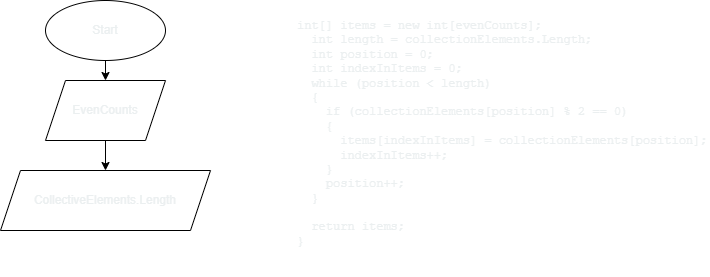
This is Homework/hometask003/.drawio.png from Ane4kaErm/Homework, a draw.io export, as it was before one commit. Source tidied: cells renumbered, new cells last; positions are measured from the earlier drawing's top-left corner, leaving out a move shared by most shapes.
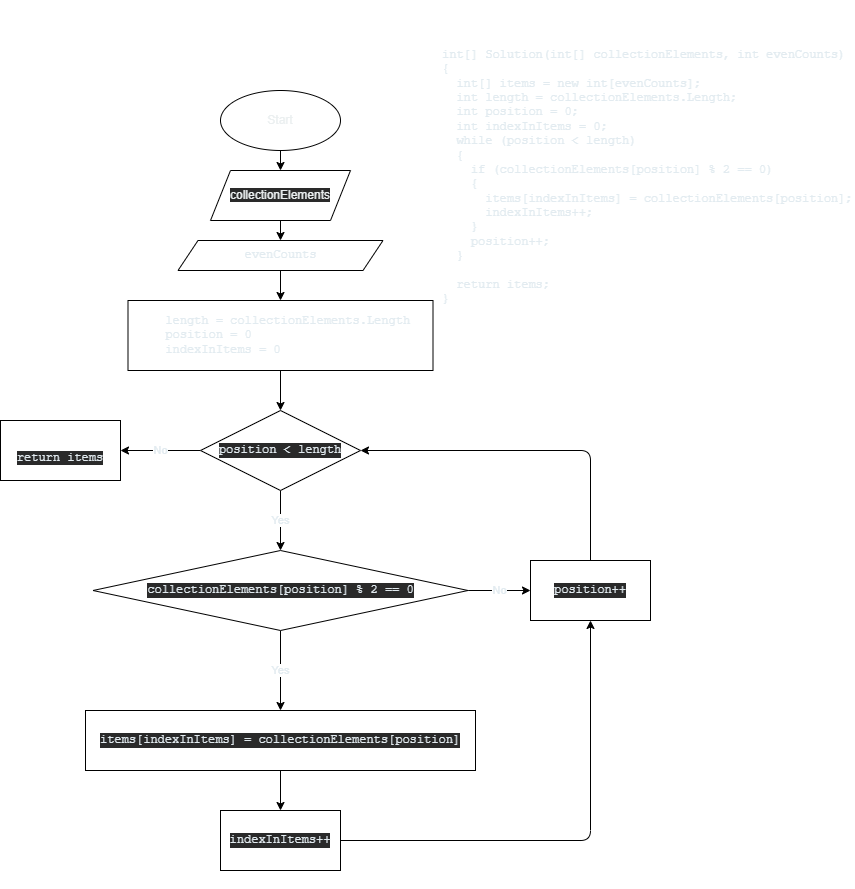
After the change.

The edit, as a diff of the source:
```diff
@@ -2,23 +2,79 @@
   <root>
     <mxCell id="0" />
     <mxCell id="1" parent="0" />
-    <mxCell id="2" value="&lt;pre style=&quot;font-style: normal; font-weight: 400; letter-spacing: normal; text-indent: 0px; text-transform: none; word-spacing: 0px; overflow-wrap: break-word;&quot;&gt;int[] items = new int[evenCounts];&#10;  int length = collectionElements.Length;&#10;  int position = 0;&#10;  int indexInItems = 0;&#10;  while (position &amp;lt; length)&#10;  {&#10;    if (collectionElements[position] % 2 == 0)&#10;    {&#10;      items[indexInItems] = collectionElements[position];&#10;      indexInItems++;&#10;    }&#10;    position++;&#10;  }&#10;&#10;  return items;&#10;}&#10;&lt;/pre&gt;&lt;br class=&quot;Apple-interchange-newline&quot;&gt;" style="text;whiteSpace=wrap;html=1;fontColor=#EBEFF0;" parent="1" vertex="1">
-      <mxGeometry x="295" width="414" height="270" as="geometry" />
+    <mxCell id="2" value="&lt;br&gt;&lt;br&gt;&lt;pre style=&quot;font-style: normal ; font-weight: 400 ; letter-spacing: normal ; text-indent: 0px ; text-transform: none ; word-spacing: 0px ; overflow-wrap: break-word&quot;&gt;int[] Solution(int[] collectionElements, int evenCounts)&lt;br&gt;{   &lt;br&gt;  int[] items = new int[evenCounts];&lt;br&gt;  int length = collectionElements.Length;&lt;br&gt;  int position = 0;&lt;br&gt;  int indexInItems = 0;&lt;br&gt;  while (position &amp;lt; length)&lt;br&gt;  {&lt;br&gt;    if (collectionElements[position] % 2 == 0)&lt;br&gt;    {&lt;br&gt;      items[indexInItems] = collectionElements[position];&lt;br&gt;      indexInItems++;&lt;br&gt;    }&lt;br&gt;    position++;&lt;br&gt;  }&lt;br&gt;&lt;br&gt;  return items;&lt;br&gt;}&lt;/pre&gt;&lt;br&gt;" style="text;whiteSpace=wrap;html=1;fontColor=#E2EBF0;" parent="1" vertex="1">
+      <mxGeometry x="385" y="-80" width="414" height="380" as="geometry" />
     </mxCell>
     <mxCell id="3" style="edgeStyle=none;html=1;fontColor=#EBEFF0;" parent="1" edge="1" source="4" target="6">
       <mxGeometry relative="1" as="geometry" />
     </mxCell>
     <mxCell id="4" value="Start" style="ellipse;whiteSpace=wrap;html=1;fontColor=#EBEFF0;" parent="1" vertex="1">
-      <mxGeometry x="45" width="120" height="60" as="geometry" />
+      <mxGeometry x="165" y="10" width="120" height="60" as="geometry" />
     </mxCell>
     <mxCell id="5" style="edgeStyle=none;html=1;fontColor=#EBEFF0;" parent="1" edge="1" source="6" target="7">
       <mxGeometry relative="1" as="geometry" />
     </mxCell>
-    <mxCell id="6" value="EvenCounts" style="shape=parallelogram;perimeter=parallelogramPerimeter;whiteSpace=wrap;html=1;fixedSize=1;fontColor=#EBEFF0;" parent="1" vertex="1">
-      <mxGeometry x="45" y="80" width="120" height="60" as="geometry" />
+    <mxCell id="6" value="&#10;&#10;&lt;span style=&quot;color: rgb(235, 239, 240); font-family: helvetica; font-size: 12px; font-style: normal; font-weight: 400; letter-spacing: normal; text-align: center; text-indent: 0px; text-transform: none; word-spacing: 0px; background-color: rgb(42, 42, 42); display: inline; float: none;&quot;&gt;collectionElements&lt;/span&gt;&#10;&#10;" style="shape=parallelogram;perimeter=parallelogramPerimeter;whiteSpace=wrap;html=1;fixedSize=1;fontColor=#EBEFF0;" parent="1" vertex="1">
+      <mxGeometry x="155" y="90" width="140" height="50" as="geometry" />
     </mxCell>
+    <mxCell id="8" style="edgeStyle=none;html=1;fontColor=#E2EBF0;" parent="1" edge="1" source="7" target="10">
+      <mxGeometry relative="1" as="geometry" />
+    </mxCell>
-    <mxCell id="7" value="CollectiveElements.Length" style="shape=parallelogram;perimeter=parallelogramPerimeter;whiteSpace=wrap;html=1;fixedSize=1;fontColor=#EBEFF0;" parent="1" vertex="1">
-      <mxGeometry y="170" width="210" height="60" as="geometry" />
+    <mxCell id="7" value="&lt;pre style=&quot;color: rgb(226 , 235 , 240) ; text-align: left ; overflow-wrap: break-word&quot;&gt;evenCounts&lt;/pre&gt;" style="shape=parallelogram;perimeter=parallelogramPerimeter;whiteSpace=wrap;html=1;fixedSize=1;fontColor=#EBEFF0;" parent="1" vertex="1">
+      <mxGeometry x="122.5" y="160" width="205" height="30" as="geometry" />
     </mxCell>
+    <mxCell id="9" style="edgeStyle=none;html=1;fontColor=#E2EBF0;" parent="1" edge="1" source="10" target="13">
+      <mxGeometry relative="1" as="geometry" />
+    </mxCell>
+    <mxCell id="10" value="&lt;pre style=&quot;color: rgb(226 , 235 , 240) ; text-align: left ; overflow-wrap: break-word&quot;&gt;  length = collectionElements.Length&lt;br&gt;  position = 0&lt;br&gt;  indexInItems = 0&lt;/pre&gt;" style="whiteSpace=wrap;html=1;fontColor=#EBEFF0;" parent="1" vertex="1">
+      <mxGeometry x="72.5" y="220" width="305" height="70" as="geometry" />
+    </mxCell>
+    <mxCell id="11" value="No" style="edgeStyle=none;html=1;fontColor=#E2EBF0;" parent="1" edge="1" source="13" target="14">
+      <mxGeometry relative="1" as="geometry" />
+    </mxCell>
+    <mxCell id="12" value="Yes" style="edgeStyle=none;html=1;fontColor=#E2EBF0;" parent="1" edge="1" source="13" target="17">
+      <mxGeometry relative="1" as="geometry" />
+    </mxCell>
+    <mxCell id="13" value="&#10;&#10;&lt;pre style=&quot;color: rgb(226 , 235 , 240) ; font-size: 12px ; font-style: normal ; font-weight: 400 ; letter-spacing: normal ; text-align: left ; text-indent: 0px ; text-transform: none ; word-spacing: 0px ; background-color: rgb(42 , 42 , 42) ; overflow-wrap: break-word&quot;&gt;position &amp;lt; length&lt;/pre&gt;&#10;&#10;" style="rhombus;whiteSpace=wrap;html=1;fontColor=#EBEFF0;" parent="1" vertex="1">
+      <mxGeometry x="145" y="330" width="160" height="80" as="geometry" />
+    </mxCell>
+    <mxCell id="14" value="&lt;br&gt;&lt;br&gt;&lt;pre style=&quot;color: rgb(226 , 235 , 240) ; font-size: 12px ; font-style: normal ; font-weight: 400 ; letter-spacing: normal ; text-align: left ; text-indent: 0px ; text-transform: none ; word-spacing: 0px ; background-color: rgb(42 , 42 , 42) ; overflow-wrap: break-word&quot;&gt;return items&lt;/pre&gt;&lt;br&gt;" style="whiteSpace=wrap;html=1;fontColor=#EBEFF0;" parent="1" vertex="1">
+      <mxGeometry x="-55" y="340" width="120" height="60" as="geometry" />
+    </mxCell>
+    <mxCell id="15" value="Yes" style="edgeStyle=none;html=1;fontColor=#E2EBF0;" parent="1" edge="1" source="17" target="19">
+      <mxGeometry relative="1" as="geometry" />
+    </mxCell>
+    <mxCell id="16" value="No" style="edgeStyle=none;html=1;fontColor=#E2EBF0;" parent="1" edge="1" source="17" target="23">
+      <mxGeometry relative="1" as="geometry" />
+    </mxCell>
+    <mxCell id="17" value="&#10;&#10;&lt;pre style=&quot;color: rgb(226 , 235 , 240) ; font-size: 12px ; font-style: normal ; font-weight: 400 ; letter-spacing: normal ; text-align: left ; text-indent: 0px ; text-transform: none ; word-spacing: 0px ; background-color: rgb(42 , 42 , 42) ; overflow-wrap: break-word&quot;&gt;collectionElements[position] % 2 == 0&lt;/pre&gt;&#10;&#10;" style="rhombus;whiteSpace=wrap;html=1;fontColor=#EBEFF0;" parent="1" vertex="1">
+      <mxGeometry x="37.5" y="470" width="375" height="80" as="geometry" />
+    </mxCell>
+    <mxCell id="18" style="edgeStyle=none;html=1;fontColor=#E2EBF0;" parent="1" edge="1" source="19" target="21">
+      <mxGeometry relative="1" as="geometry" />
+    </mxCell>
+    <mxCell id="19" value="&#10;&#10;&lt;pre style=&quot;color: rgb(226 , 235 , 240) ; font-size: 12px ; font-style: normal ; font-weight: 400 ; letter-spacing: normal ; text-align: left ; text-indent: 0px ; text-transform: none ; word-spacing: 0px ; background-color: rgb(42 , 42 , 42) ; overflow-wrap: break-word&quot;&gt;items[indexInItems] = collectionElements[position]&lt;/pre&gt;&#10;&#10;" style="whiteSpace=wrap;html=1;fontColor=#EBEFF0;" parent="1" vertex="1">
+      <mxGeometry x="30" y="630" width="390" height="60" as="geometry" />
+    </mxCell>
+    <mxCell id="20" style="edgeStyle=none;html=1;entryX=0.5;entryY=1;entryDx=0;entryDy=0;fontColor=#E2EBF0;" parent="1" edge="1" source="21" target="23">
+      <mxGeometry relative="1" as="geometry">
+        <Array as="points">
+          <mxPoint x="535" y="760" />
+        </Array>
+      </mxGeometry>
+    </mxCell>
+    <mxCell id="21" value="&#10;&#10;&lt;pre style=&quot;color: rgb(226 , 235 , 240) ; font-size: 12px ; font-style: normal ; font-weight: 400 ; letter-spacing: normal ; text-align: left ; text-indent: 0px ; text-transform: none ; word-spacing: 0px ; background-color: rgb(42 , 42 , 42) ; overflow-wrap: break-word&quot;&gt;indexInItems++&lt;/pre&gt;&#10;&#10;" style="whiteSpace=wrap;html=1;fontColor=#EBEFF0;" parent="1" vertex="1">
+      <mxGeometry x="165" y="730" width="120" height="60" as="geometry" />
+    </mxCell>
+    <mxCell id="22" style="edgeStyle=none;html=1;entryX=1;entryY=0.5;entryDx=0;entryDy=0;fontColor=#E2EBF0;" parent="1" edge="1" source="23" target="13">
+      <mxGeometry relative="1" as="geometry">
+        <Array as="points">
+          <mxPoint x="535" y="370" />
+        </Array>
+      </mxGeometry>
+    </mxCell>
+    <mxCell id="23" value="&#10;&#10;&lt;pre style=&quot;color: rgb(226 , 235 , 240) ; font-size: 12px ; font-style: normal ; font-weight: 400 ; letter-spacing: normal ; text-align: left ; text-indent: 0px ; text-transform: none ; word-spacing: 0px ; background-color: rgb(42 , 42 , 42) ; overflow-wrap: break-word&quot;&gt;position++&lt;/pre&gt;&#10;&#10;" style="whiteSpace=wrap;html=1;fontColor=#EBEFF0;" parent="1" vertex="1">
+      <mxGeometry x="475" y="480" width="120" height="60" as="geometry" />
+    </mxCell>
   </root>
 </mxGraphModel>
```
